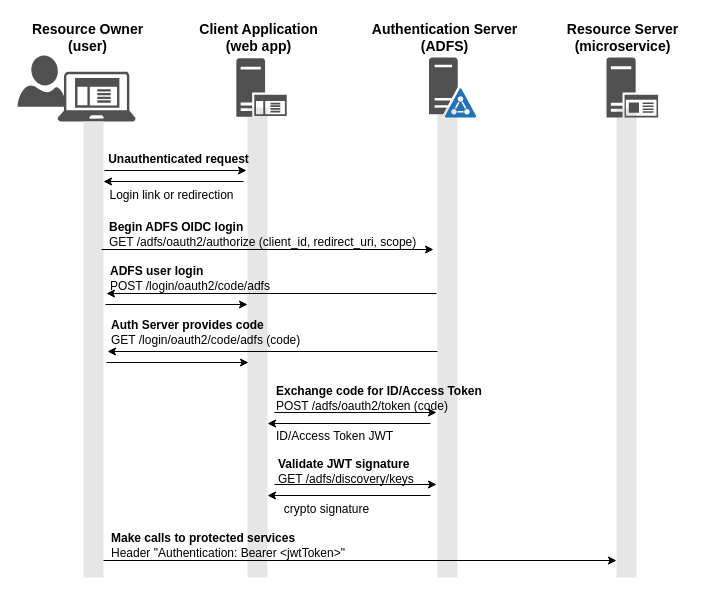
Before: diagrams/oauth2-entities.drawio in fabianlee/spring-boot-security5-oauth2-oidc, a draw.io diagram. Source tidied: cells renumbered, new cells numbered last; positions are measured from the earlier drawing's top-left corner, leaving out a move shared by most shapes. Both pictures are drawn from the tidied source at 100%, with x=0, y=0 at pixel (17, 17). Pictures stored in the file or linked from it are replaced by grey dashed boxes.
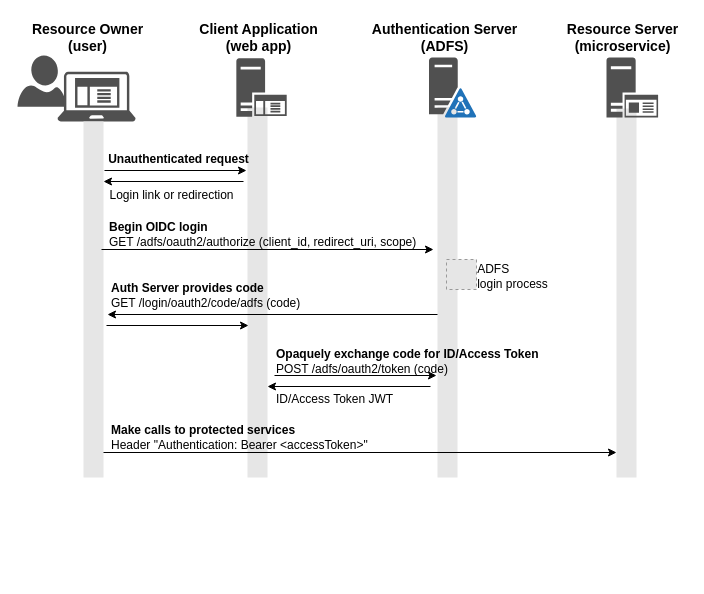
Above is the later version.

What changed in the source:
```diff
@@
     <mxCell id="2" style="whiteSpace=wrap;html=1;fontSize=14;fillColor=#E6E6E6;strokeColor=none;" parent="1" vertex="1">
-      <mxGeometry x="599" y="91" width="20" height="469" as="geometry" />
+      <mxGeometry x="599" y="91" width="20" height="369" as="geometry" />
     </mxCell>
     <mxCell id="3" style="whiteSpace=wrap;html=1;fontSize=14;fillColor=#E6E6E6;strokeColor=none;" parent="1" vertex="1">
-      <mxGeometry x="420" y="89.3" width="20" height="470.7" as="geometry" />
+      <mxGeometry x="420" y="89.3" width="20" height="370.7" as="geometry" />
     </mxCell>
     <mxCell id="4" style="whiteSpace=wrap;html=1;fontSize=14;fillColor=#E6E6E6;strokeColor=none;" parent="1" vertex="1">
-      <mxGeometry x="230" y="90" width="20" height="470" as="geometry" />
+      <mxGeometry x="230" y="90" width="20" height="370" as="geometry" />
     </mxCell>
@@
     <mxCell id="14" style="whiteSpace=wrap;html=1;fontSize=14;fillColor=#E6E6E6;strokeColor=none;" parent="1" vertex="1">
-      <mxGeometry x="66" y="104" width="20" height="456" as="geometry" />
+      <mxGeometry x="66" y="104" width="20" height="356" as="geometry" />
     </mxCell>
@@
-    <mxCell id="20" style="endArrow=classic;html=1;rounded=0;" parent="1" edge="1">
-      <mxGeometry relative="1" as="geometry">
-        <mxPoint x="419" y="276" as="sourcePoint" />
-        <mxPoint x="89" y="276" as="targetPoint" />
-      </mxGeometry>
-    </mxCell>
-    <mxCell id="21" value="&lt;div align=&quot;left&quot;&gt;&lt;b&gt;Begin ADFS OIDC login&lt;/b&gt;&lt;br&gt;&lt;/div&gt;&lt;div align=&quot;left&quot;&gt;GET /adfs/oauth2/authorize (client_id, redirect_uri, scope)&lt;/div&gt;" style="text;html=1;align=left;verticalAlign=middle;fillColor=none;strokeColor=none;rounded=0;fontStyle=0;" parent="1" vertex="1">
-      <mxGeometry x="90" y="202" width="320" height="30" as="geometry" />
+    <mxCell id="21" value="&lt;div align=&quot;left&quot;&gt;&lt;b&gt;Begin OIDC login&lt;/b&gt;&lt;br&gt;&lt;/div&gt;&lt;div align=&quot;left&quot;&gt;GET /adfs/oauth2/authorize (client_id, redirect_uri, scope)&lt;/div&gt;" style="text;html=1;align=left;verticalAlign=middle;fillColor=none;strokeColor=none;rounded=0;fontStyle=0;" parent="1" vertex="1">
+      <mxGeometry x="90" y="197" width="330" height="40" as="geometry" />
     </mxCell>
-    <mxCell id="22" value="&lt;div align=&quot;left&quot;&gt;&lt;b&gt;ADFS user login&lt;/b&gt;&lt;br&gt;&lt;/div&gt;&lt;div align=&quot;left&quot;&gt;POST /login/oauth2/code/adfs&lt;/div&gt;" style="text;html=1;align=left;verticalAlign=middle;fillColor=none;strokeColor=none;rounded=0;" parent="1" vertex="1">
-      <mxGeometry x="91" y="246" width="180" height="30" as="geometry" />
-    </mxCell>
-    <mxCell id="23" style="endArrow=classic;html=1;rounded=0;" parent="1" edge="1">
-      <mxGeometry relative="1" as="geometry">
-        <mxPoint x="88" y="287" as="sourcePoint" />
-        <mxPoint x="230" y="287" as="targetPoint" />
-      </mxGeometry>
-    </mxCell>
     <mxCell id="24" style="endArrow=classic;html=1;rounded=0;" parent="1" edge="1">
       <mxGeometry relative="1" as="geometry">
-        <mxPoint x="420" y="334" as="sourcePoint" />
-        <mxPoint x="90" y="334" as="targetPoint" />
+        <mxPoint x="420" y="297" as="sourcePoint" />
+        <mxPoint x="90" y="297" as="targetPoint" />
       </mxGeometry>
     </mxCell>
     <mxCell id="25" value="&lt;div&gt;&lt;b&gt;Auth Server provides code&lt;/b&gt;&lt;br&gt;&lt;/div&gt;&lt;div&gt;GET /login/oauth2/code/adfs (code)&lt;/div&gt;" style="text;html=1;align=left;verticalAlign=middle;fillColor=none;strokeColor=none;rounded=0;" parent="1" vertex="1">
-      <mxGeometry x="92" y="300" width="210" height="30" as="geometry" />
+      <mxGeometry x="92" y="263" width="210" height="30" as="geometry" />
     </mxCell>
     <mxCell id="26" style="endArrow=classic;html=1;rounded=0;" parent="1" edge="1">
       <mxGeometry relative="1" as="geometry">
-        <mxPoint x="89" y="345" as="sourcePoint" />
-        <mxPoint x="231" y="345" as="targetPoint" />
+        <mxPoint x="89" y="308" as="sourcePoint" />
+        <mxPoint x="231" y="308" as="targetPoint" />
       </mxGeometry>
     </mxCell>
     <mxCell id="27" style="endArrow=classic;html=1;rounded=0;" parent="1" edge="1">
       <mxGeometry relative="1" as="geometry">
-        <mxPoint x="257" y="395" as="sourcePoint" />
-        <mxPoint x="419" y="395" as="targetPoint" />
+        <mxPoint x="257" y="358" as="sourcePoint" />
+        <mxPoint x="419" y="358" as="targetPoint" />
       </mxGeometry>
     </mxCell>
     <mxCell id="28" style="endArrow=classic;html=1;rounded=0;" parent="1" edge="1">
       <mxGeometry relative="1" as="geometry">
-        <mxPoint x="413" y="406" as="sourcePoint" />
-        <mxPoint x="250" y="406" as="targetPoint" />
+        <mxPoint x="413" y="369" as="sourcePoint" />
+        <mxPoint x="250" y="369" as="targetPoint" />
       </mxGeometry>
     </mxCell>
-    <mxCell id="29" value="&lt;div&gt;&lt;b&gt;Exchange code for ID/Access Token&lt;/b&gt;&lt;br&gt;&lt;/div&gt;&lt;div&gt;POST /adfs/oauth2/token (code)&lt;br&gt;&lt;/div&gt;" style="text;html=1;align=left;verticalAlign=middle;fillColor=none;strokeColor=none;rounded=0;" parent="1" vertex="1">
-      <mxGeometry x="256.5" y="361" width="230" height="40" as="geometry" />
+    <mxCell id="29" value="&lt;div&gt;&lt;b&gt;Opaquely exchange code for ID/Access Token&lt;/b&gt;&lt;br&gt;&lt;/div&gt;&lt;div&gt;POST /adfs/oauth2/token (code)&lt;br&gt;&lt;/div&gt;" style="text;html=1;align=left;verticalAlign=middle;fillColor=none;strokeColor=none;rounded=0;" parent="1" vertex="1">
+      <mxGeometry x="256.5" y="324" width="290" height="40" as="geometry" />
     </mxCell>
     <mxCell id="30" value="ID/Access Token JWT" style="text;html=1;align=left;verticalAlign=middle;fillColor=none;strokeColor=none;rounded=0;" parent="1" vertex="1">
-      <mxGeometry x="256.5" y="404" width="140" height="30" as="geometry" />
+      <mxGeometry x="256.5" y="367" width="140" height="30" as="geometry" />
     </mxCell>
-    <mxCell id="31" style="endArrow=classic;html=1;rounded=0;" parent="1" edge="1">
-      <mxGeometry relative="1" as="geometry">
-        <mxPoint x="257" y="467" as="sourcePoint" />
-        <mxPoint x="419" y="467" as="targetPoint" />
-      </mxGeometry>
-    </mxCell>
-    <mxCell id="32" style="endArrow=classic;html=1;rounded=0;" parent="1" edge="1">
-      <mxGeometry relative="1" as="geometry">
-        <mxPoint x="413" y="478" as="sourcePoint" />
-        <mxPoint x="250" y="478" as="targetPoint" />
-      </mxGeometry>
-    </mxCell>
-    <mxCell id="33" value="&lt;div&gt;&lt;b&gt;Validate JWT signature&lt;/b&gt;&lt;br&gt;&lt;/div&gt;&lt;div&gt;GET /adfs/discovery/keys&lt;br&gt;&lt;/div&gt;" style="text;html=1;align=left;verticalAlign=middle;fillColor=none;strokeColor=none;rounded=0;" parent="1" vertex="1">
-      <mxGeometry x="258.5" y="439" width="150" height="30" as="geometry" />
-    </mxCell>
-    <mxCell id="34" value="crypto signature" style="text;html=1;align=center;verticalAlign=middle;fillColor=none;strokeColor=none;rounded=0;" parent="1" vertex="1">
-      <mxGeometry x="258.5" y="482" width="100" height="20" as="geometry" />
-    </mxCell>
     <mxCell id="35" style="endArrow=classic;html=1;rounded=0;" parent="1" edge="1">
       <mxGeometry relative="1" as="geometry">
-        <mxPoint x="86" y="543" as="sourcePoint" />
-        <mxPoint x="599" y="543" as="targetPoint" />
+        <mxPoint x="86" y="435" as="sourcePoint" />
+        <mxPoint x="599" y="435" as="targetPoint" />
       </mxGeometry>
     </mxCell>
-    <mxCell id="36" value="&lt;div align=&quot;left&quot;&gt;&lt;b&gt;Make calls to protected services&lt;/b&gt;&lt;br&gt;&lt;/div&gt;&lt;div align=&quot;left&quot;&gt;Header &quot;Authentication: Bearer &amp;lt;jwtToken&amp;gt;&quot;&lt;br&gt;&lt;/div&gt;" style="text;html=1;align=left;verticalAlign=middle;fillColor=none;strokeColor=none;rounded=0;fontStyle=0;" parent="1" vertex="1">
-      <mxGeometry x="92" y="513" width="250" height="30" as="geometry" />
+    <mxCell id="36" value="&lt;div align=&quot;left&quot;&gt;&lt;b&gt;Make calls to protected services&lt;/b&gt;&lt;br&gt;&lt;/div&gt;&lt;div align=&quot;left&quot;&gt;Header &quot;Authentication: Bearer &amp;lt;accessToken&amp;gt;&quot;&lt;br&gt;&lt;/div&gt;" style="text;html=1;align=left;verticalAlign=middle;fillColor=none;strokeColor=none;rounded=0;fontStyle=0;" parent="1" vertex="1">
+      <mxGeometry x="92" y="400" width="280" height="40" as="geometry" />
     </mxCell>
+    <mxCell id="37" style="fillColor=#E6E6E6;strokeColor=#999999;dashed=1;html=1;verticalAlign=top;verticalLabelPosition=bottom;labelBackgroundColor=#ffffff;" parent="1" vertex="1">
+      <mxGeometry x="429" y="242" width="30" height="30" as="geometry" />
+    </mxCell>
+    <mxCell id="38" value="&lt;div align=&quot;left&quot;&gt;ADFS&lt;/div&gt;&lt;div align=&quot;left&quot;&gt;login process&lt;br&gt;&lt;/div&gt;" style="text;html=1;align=center;verticalAlign=middle;fillColor=none;strokeColor=none;rounded=0;" parent="1" vertex="1">
+      <mxGeometry x="450" y="239" width="90" height="40" as="geometry" />
+    </mxCell>
```
